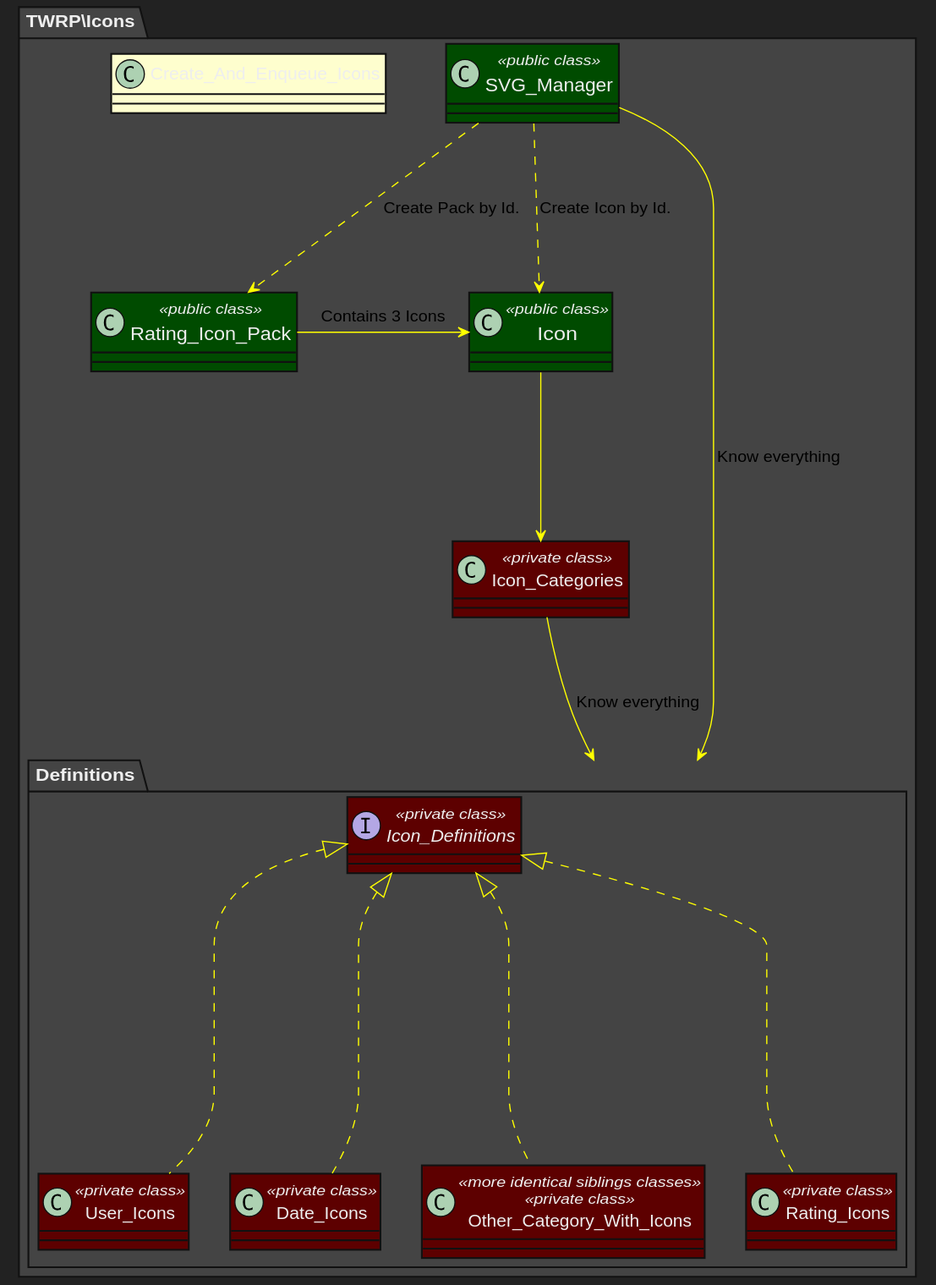
Above: puml/Icons.svg in 9brada6/tabs-with-posts (PlantUML), before the change. The source it was exported from:
```plantuml
@startuml

    skinparam {
        padding 2
        backgroundColor #222
        shadowing false

        classFontColor #eee
        classStereotypeFontColor #eee
        classBorderColor #111
        classFontSize 14
        ClassAttributeFontColor #eee
        ClassAttributeFontSize 13
        ClassAttributeIconSize 15

        PackageBackgroundColor #444
        PackageBorderColor #111
        PackageFontColor #eee

        ArrowColor yellow
    }

    skinparam circled {
        CharacterFontColor black
        CharacterFontSize 18
        CharacterFontStyle plain
        CharacterRadius 12
    }


    skinparam <<public class>> {
        classBackgroundColor #004b00
        classFontSize 16
    }

    skinparam <<private class>> {
        classBackgroundColor #5d0000
    }


package "TWRP\Icons" {
	class SVG_Manager <<public class>> {}
	class Icon <<public class>> {}
	class Rating_Icon_Pack <<public class>> {}
	class Create_And_Enqueue_Icons {}

	class Icon_Categories <<private class>> {}

	package "Definitions" {
		interface Icon_Definitions <<private class>> {}
		class User_Icons <<private class>> {}
		class Date_Icons <<private class>> {}
		class Other_Category_With_Icons <<more identical siblings classes>> <<private class>> {}
		class Rating_Icons <<private class>> {}
	}

	SVG_Manager ..> Icon : Create Icon by Id.
	SVG_Manager ..> Rating_Icon_Pack : Create Pack by Id.

	Rating_Icon_Pack -r-> Icon : Contains 3 Icons

	Icon --> Icon_Categories

	SVG_Manager --> Definitions : Know everything
	Icon_Categories --> Definitions : Know everything
	Icon_Definitions <|.. User_Icons
	Icon_Definitions <|.. Date_Icons
	Icon_Definitions <|.. Other_Category_With_Icons
	Icon_Definitions <|.. Rating_Icons

}

@enduml
```
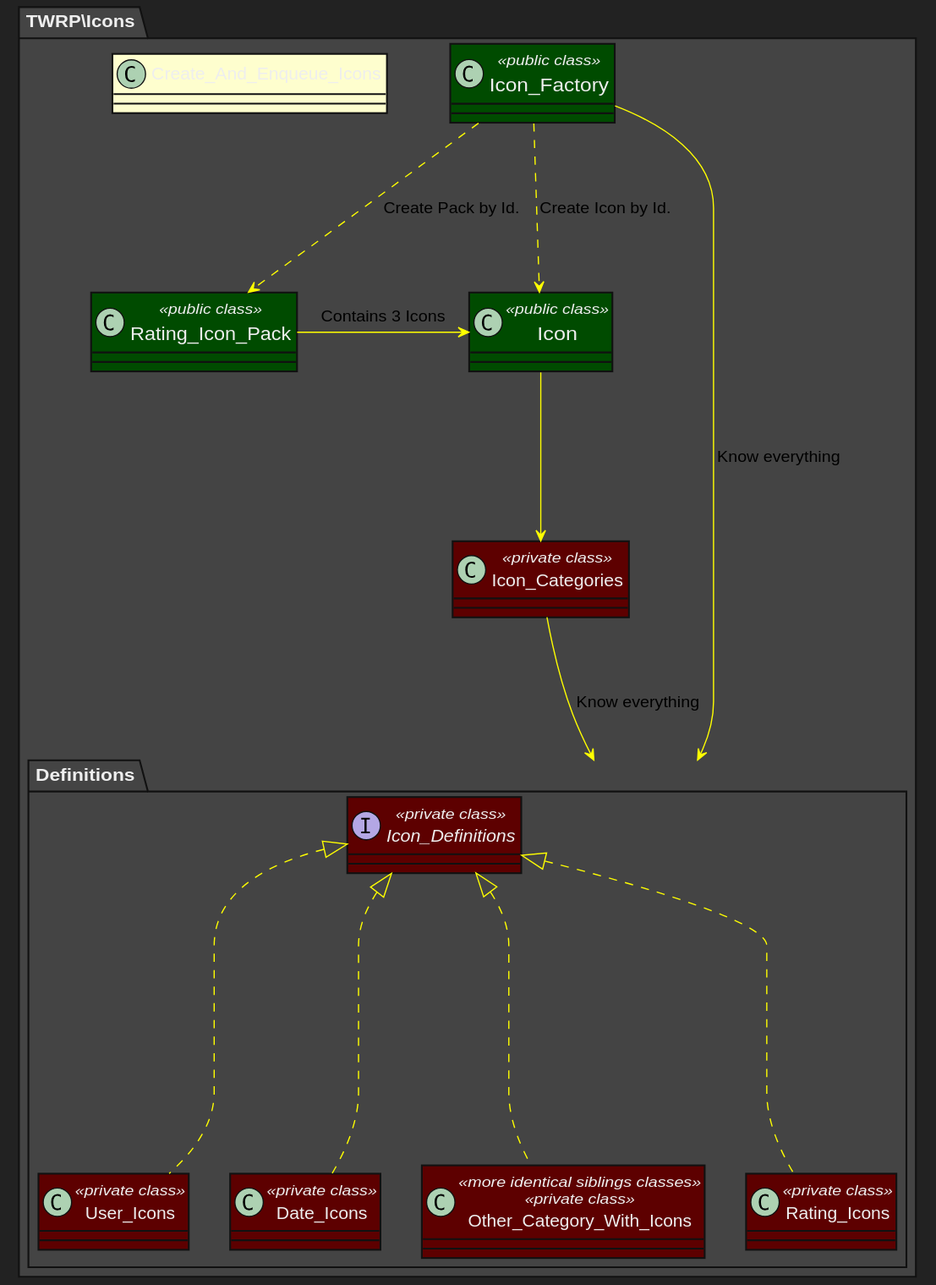
Above is the later version.

What changed in the source:
```diff
@@ -39,7 +39,7 @@
 
 
 package "TWRP\Icons" {
-	class SVG_Manager <<public class>> {}
+	class Icon_Factory <<public class>> {}
 	class Icon <<public class>> {}
 	class Rating_Icon_Pack <<public class>> {}
 	class Create_And_Enqueue_Icons {}
@@ -54,14 +54,14 @@
 		class Rating_Icons <<private class>> {}
 	}
 
-	SVG_Manager ..> Icon : Create Icon by Id.
-	SVG_Manager ..> Rating_Icon_Pack : Create Pack by Id.
+	Icon_Factory ..> Icon : Create Icon by Id.
+	Icon_Factory ..> Rating_Icon_Pack : Create Pack by Id.
 
 	Rating_Icon_Pack -r-> Icon : Contains 3 Icons
 
 	Icon --> Icon_Categories
 
-	SVG_Manager --> Definitions : Know everything
+	Icon_Factory --> Definitions : Know everything
 	Icon_Categories --> Definitions : Know everything
 	Icon_Definitions <|.. User_Icons
 	Icon_Definitions <|.. Date_Icons
```
